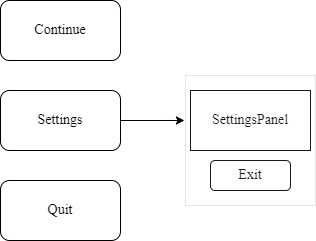
Above: ДипломДокументы/ПЗFarm/Основная часть/Схемы/gamemenu.drawio (1).drawio.png in MAZUTA89/Farmer-s-Valley (draw.io), before the change. Source tidied: cells renumbered, new cells last; positions are measured from the earlier drawing's top-left corner, leaving out a move shared by most shapes.
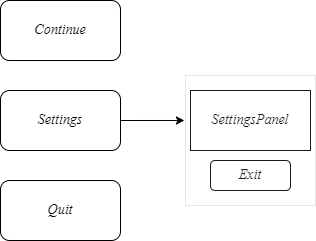
After the change.

Change to the diagram source:
```diff
@@ -2,25 +2,25 @@
   <root>
     <mxCell id="0" />
     <mxCell id="1" parent="0" />
-    <mxCell id="2" value="Continue" style="rounded=1;whiteSpace=wrap;html=1;fontSize=14;fontFamily=Times New Roman;" parent="1" vertex="1">
+    <mxCell id="2" value="Continue" style="rounded=1;whiteSpace=wrap;html=1;fontSize=14;fontFamily=Times New Roman;fontStyle=2;" parent="1" vertex="1">
       <mxGeometry width="120" height="60" as="geometry" />
     </mxCell>
-    <mxCell id="3" value="Settings" style="rounded=1;whiteSpace=wrap;html=1;fontSize=14;fontFamily=Times New Roman;" parent="1" vertex="1">
+    <mxCell id="3" value="Settings" style="rounded=1;whiteSpace=wrap;html=1;fontSize=14;fontFamily=Times New Roman;fontStyle=2;" parent="1" vertex="1">
       <mxGeometry y="90" width="120" height="60" as="geometry" />
     </mxCell>
-    <mxCell id="4" value="Quit" style="rounded=1;whiteSpace=wrap;html=1;fontSize=14;fontFamily=Times New Roman;" parent="1" vertex="1">
+    <mxCell id="4" value="Quit" style="rounded=1;whiteSpace=wrap;html=1;fontSize=14;fontFamily=Times New Roman;fontStyle=2;" parent="1" vertex="1">
       <mxGeometry y="180" width="120" height="60" as="geometry" />
     </mxCell>
-    <mxCell id="5" value="SettingsPanel" style="rounded=0;whiteSpace=wrap;html=1;fontFamily=Times New Roman;fontSize=14;" parent="1" vertex="1">
+    <mxCell id="5" value="SettingsPanel" style="rounded=0;whiteSpace=wrap;html=1;fontFamily=Times New Roman;fontSize=14;fontStyle=2;" parent="1" vertex="1">
       <mxGeometry x="190" y="90" width="120" height="60" as="geometry" />
     </mxCell>
-    <mxCell id="6" value="Exit" style="rounded=1;whiteSpace=wrap;html=1;fontSize=14;fontFamily=Times New Roman;" parent="1" vertex="1">
+    <mxCell id="6" value="Exit" style="rounded=1;whiteSpace=wrap;html=1;fontSize=14;fontFamily=Times New Roman;fontStyle=2;" parent="1" vertex="1">
       <mxGeometry x="210" y="160" width="80" height="30" as="geometry" />
     </mxCell>
-    <mxCell id="7" style="whiteSpace=wrap;html=1;opacity=10;" parent="1" vertex="1">
+    <mxCell id="7" style="whiteSpace=wrap;html=1;opacity=10;fontStyle=2;" parent="1" vertex="1">
       <mxGeometry x="185" y="75" width="130" height="130" as="geometry" />
     </mxCell>
-    <mxCell id="8" style="edgeStyle=orthogonalEdgeStyle;rounded=0;jettySize=auto;html=1;exitX=1;exitY=0.5;exitDx=0;exitDy=0;entryX=-0.008;entryY=0.346;entryDx=0;entryDy=0;entryPerimeter=0;" parent="1" edge="1" source="3" target="7">
+    <mxCell id="8" style="edgeStyle=orthogonalEdgeStyle;rounded=0;jettySize=auto;html=1;exitX=1;exitY=0.5;exitDx=0;exitDy=0;entryX=-0.008;entryY=0.346;entryDx=0;entryDy=0;entryPerimeter=0;fontStyle=2;" parent="1" edge="1" source="3" target="7">
       <mxGeometry relative="1" as="geometry" />
     </mxCell>
   </root>
```
